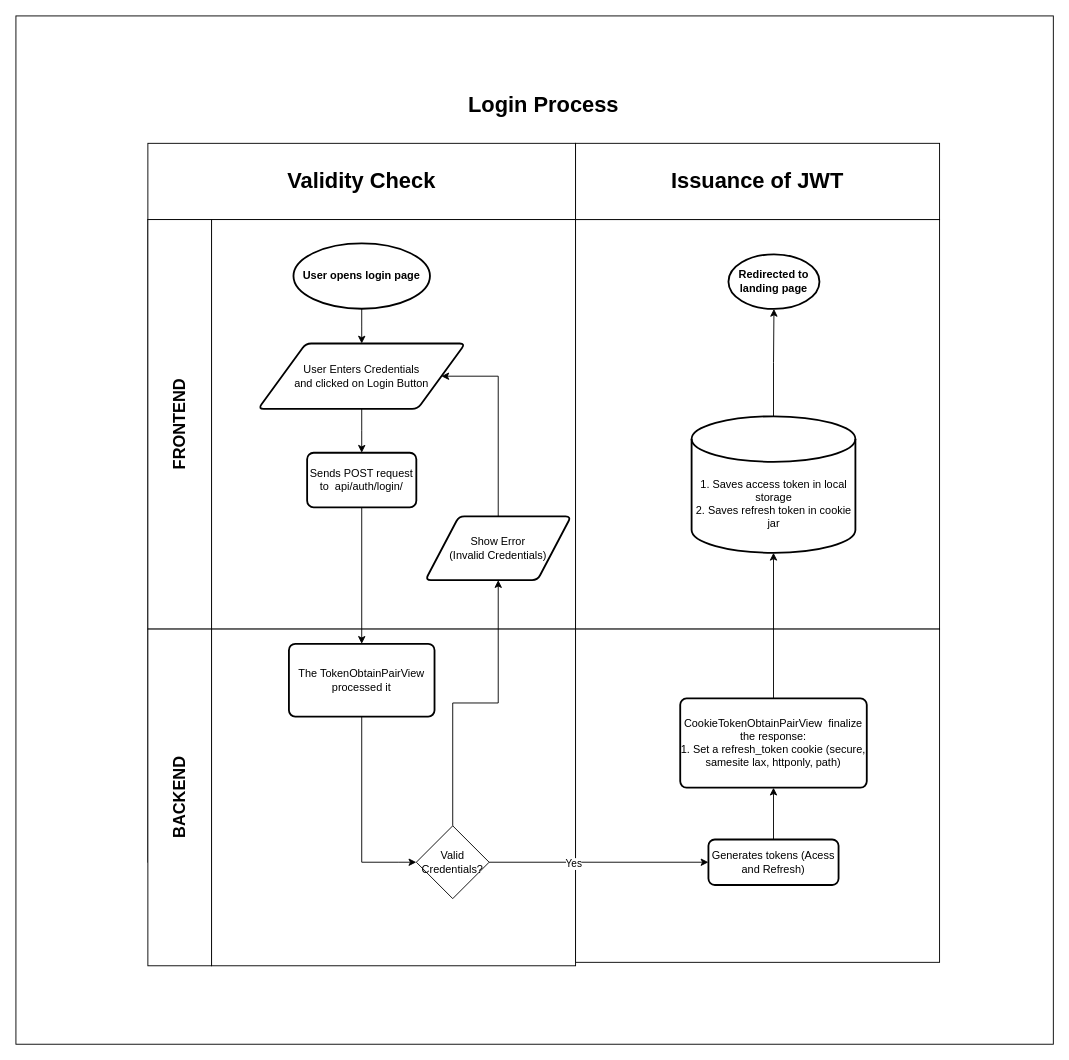
This is page "auth_login-process" (1 of 5) of E-Commerce API Business Process.drawio from RHILIUS/drawio, a draw.io file, before an edit. Source tidied: cells renumbered, new cells numbered last; positions are measured from the earlier drawing's top-left corner, leaving out a move shared by most shapes. Both pictures are drawn from the tidied source at 91%, with x=0, y=0 at pixel (15, 15).
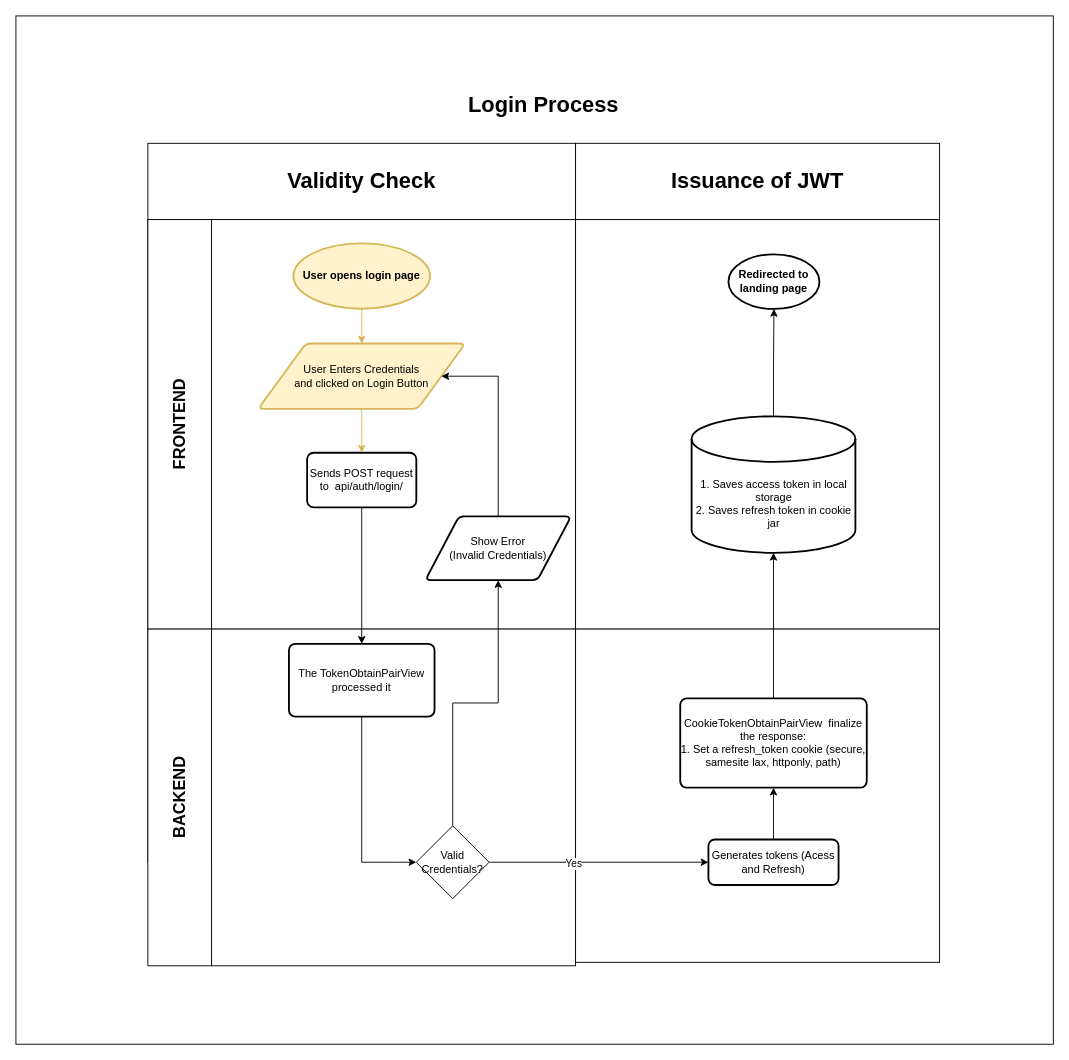
The same page after the edit.

Unchanged cells that the change refers to:
```xml
<mxCell id="12" value="Sends POST request to&amp;nbsp; api/auth/login/" style="whiteSpace=wrap;html=1;strokeWidth=2;rounded=1;arcSize=12;" parent="1" vertex="1">
  <mxGeometry x="320" y="480" width="120" height="60" as="geometry" />
</mxCell>
```

Change to the diagram source:
```diff
@@
-    <mxCell id="9" style="edgeStyle=orthogonalEdgeStyle;rounded=0;jettySize=auto;html=1;" parent="1" edge="1" source="10" target="11">
+    <mxCell id="9" style="edgeStyle=orthogonalEdgeStyle;rounded=0;jettySize=auto;html=1;fillColor=#fff2cc;strokeColor=#d6b656;" parent="1" edge="1" source="10" target="11">
       <mxGeometry relative="1" as="geometry" />
     </mxCell>
-    <mxCell id="10" value="&lt;b&gt;User opens login page&lt;/b&gt;" style="strokeWidth=2;html=1;shape=mxgraph.flowchart.start_1;whiteSpace=wrap;" parent="1" vertex="1">
+    <mxCell id="10" value="&lt;b&gt;User opens login page&lt;/b&gt;" style="strokeWidth=2;html=1;shape=mxgraph.flowchart.start_1;whiteSpace=wrap;fillColor=#fff2cc;strokeColor=#d6b656;" parent="1" vertex="1">
       <mxGeometry x="305" y="250" width="150" height="71.8" as="geometry" />
     </mxCell>
-    <mxCell id="11" value="User Enters Credentials&lt;br&gt;and clicked on Login Button" style="shape=parallelogram;html=1;strokeWidth=2;perimeter=parallelogramPerimeter;whiteSpace=wrap;rounded=1;arcSize=12;size=0.23;" parent="1" vertex="1">
+    <mxCell id="11" value="User Enters Credentials&lt;br&gt;and clicked on Login Button" style="shape=parallelogram;html=1;strokeWidth=2;perimeter=parallelogramPerimeter;whiteSpace=wrap;rounded=1;arcSize=12;size=0.23;fillColor=#fff2cc;strokeColor=#d6b656;" parent="1" vertex="1">
       <mxGeometry x="266.2" y="360" width="227.5" height="71.8" as="geometry" />
     </mxCell>
@@
-    <mxCell id="13" style="edgeStyle=orthogonalEdgeStyle;rounded=0;jettySize=auto;html=1;" parent="1" edge="1" source="11" target="12">
+    <mxCell id="13" style="edgeStyle=orthogonalEdgeStyle;rounded=0;jettySize=auto;html=1;fillColor=#fff2cc;strokeColor=#d6b656;" parent="1" edge="1" source="11" target="12">
       <mxGeometry relative="1" as="geometry" />
     </mxCell>
```
